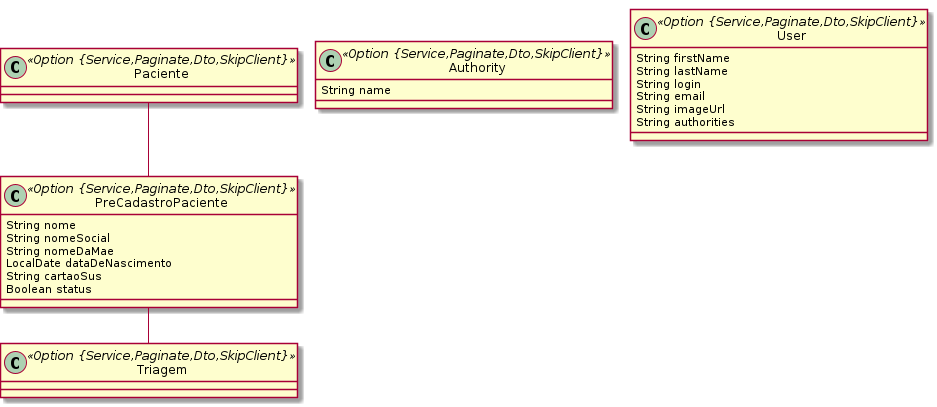
The PlantUML diagram pacientes/precadastropaciente.png in BasisTI/madre, before a commit.
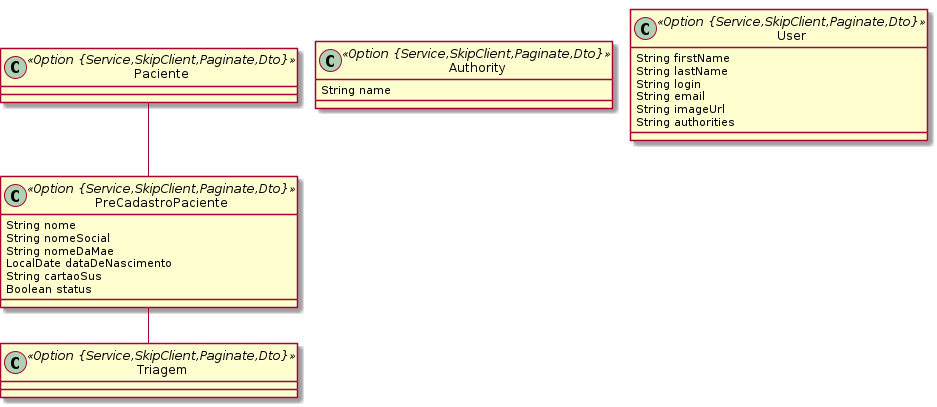
Later version of the same file.

Change to the diagram source:
```diff
@@ -1,7 +1,7 @@
 @startuml
 	!pragma graphviz_dot jdot
 	!pragma syntax class
-	class PreCadastroPaciente <<Option {Service,Paginate,Dto,SkipClient}>> {
+	class PreCadastroPaciente <<Option {Service,SkipClient,Paginate,Dto}>> {
 		String nome
 		String nomeSocial
 		String nomeDaMae
@@ -9,16 +9,16 @@
 		String cartaoSus
 		Boolean status
 	}
-	class Paciente <<Option {Service,Paginate,Dto,SkipClient}>> {
+	class Paciente <<Option {Service,SkipClient,Paginate,Dto}>> {
 	}
-	class Triagem <<Option {Service,Paginate,Dto,SkipClient}>> {
+	class Triagem <<Option {Service,SkipClient,Paginate,Dto}>> {
 	}
 	Paciente  "preCadastroPaciente 0..1 " -- "0..1 "  PreCadastroPaciente
 	PreCadastroPaciente  "triagem 0..1 " --o "0..* "  Triagem
-	class Authority <<Option {Service,Paginate,Dto,SkipClient}>> {
+	class Authority <<Option {Service,SkipClient,Paginate,Dto}>> {
 		String name
 	}
-	class User <<Option {Service,Paginate,Dto,SkipClient}>> {
+	class User <<Option {Service,SkipClient,Paginate,Dto}>> {
 		String firstName
 		String lastName
 		String login
```
